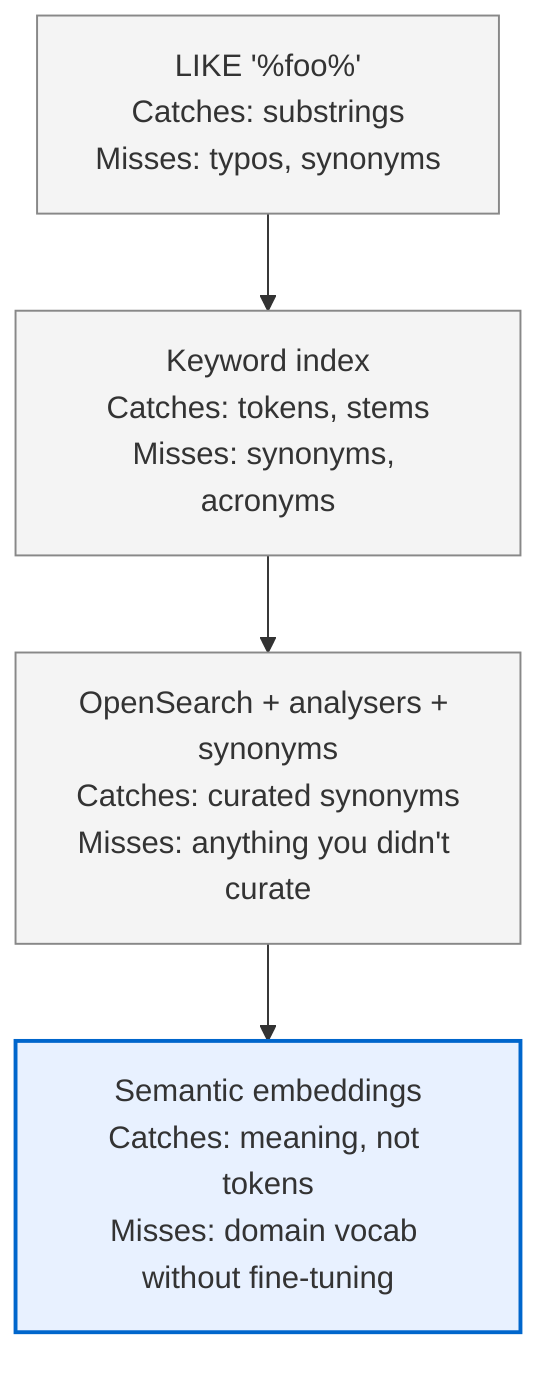
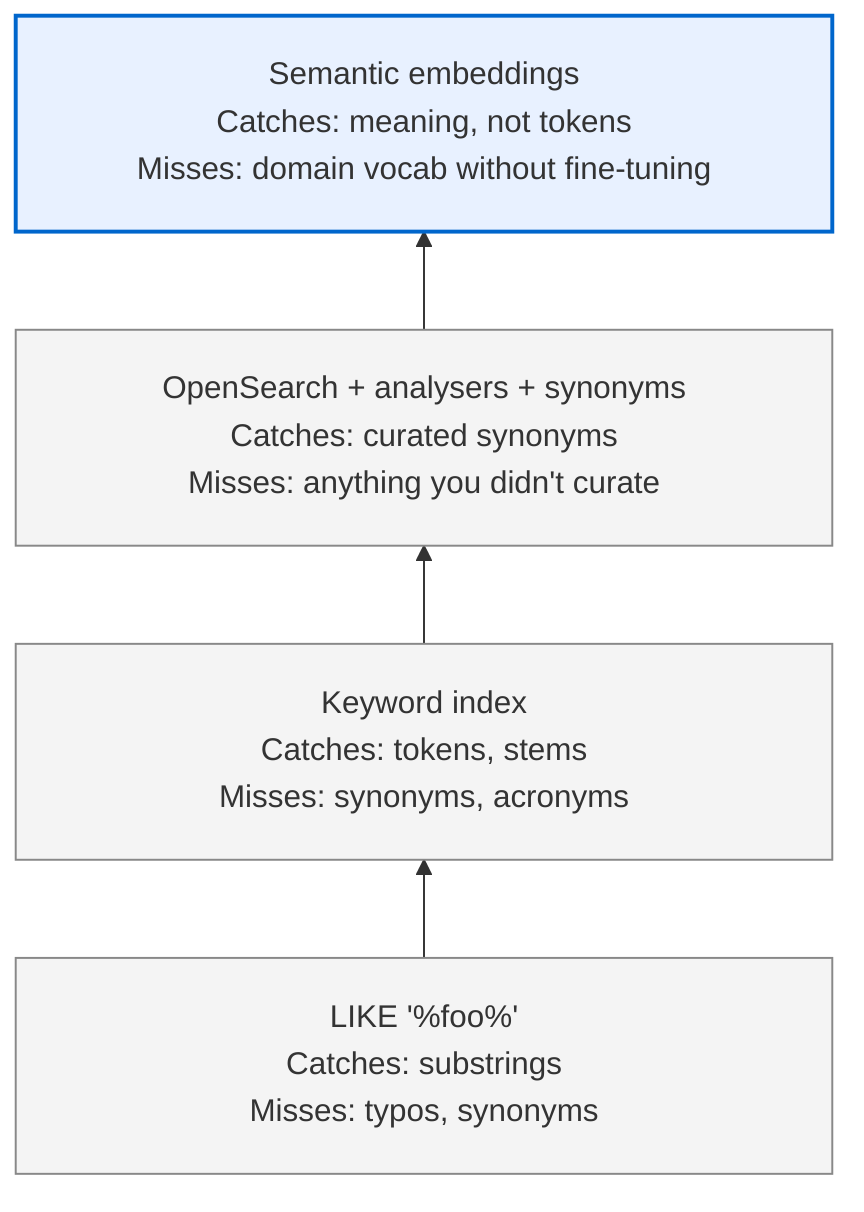
- graph TD
-     A["LIKE '%foo%'<br/>Catches: substrings<br/>Misses: typos, synonyms"] --> B["Keyword index<br/>Catches: tokens, stems<br/>Misses: synonyms, acronyms"]
-     B --> C["OpenSearch + analysers + synonyms<br/>Catches: curated synonyms<br/>Misses: anything you didn't curate"]
-     C --> D["Semantic embeddings<br/>Catches: meaning, not tokens<br/>Misses: domain vocab without fine-tuning"]
+ %%{init: {'flowchart': {'htmlLabels': true, 'nodeSpacing': 60, 'rankSpacing': 50}}}%%
+ graph BT
+     A["<div style='min-width:340px;padding:4px 8px'>LIKE '%foo%'<br/>Catches: substrings<br/>Misses: typos, synonyms</div>"] --> B["<div style='min-width:340px;padding:4px 8px'>Keyword index<br/>Catches: tokens, stems<br/>Misses: synonyms, acronyms</div>"]
+     B --> C["<div style='min-width:340px;padding:4px 8px'>OpenSearch + analysers + synonyms<br/>Catches: curated synonyms<br/>Misses: anything you didn't curate</div>"]
+     C --> D["<div style='min-width:340px;padding:4px 8px'>Semantic embeddings<br/>Catches: meaning, not tokens<br/>Misses: domain vocab without fine-tuning</div>"]

    style A fill:#f4f4f4,stroke:#888
    style B fill:#f4f4f4,stroke:#888
    style C fill:#f4f4f4,stroke:#888
    style D fill:#e8f1ff,stroke:#0066cc,stroke-width:2px
